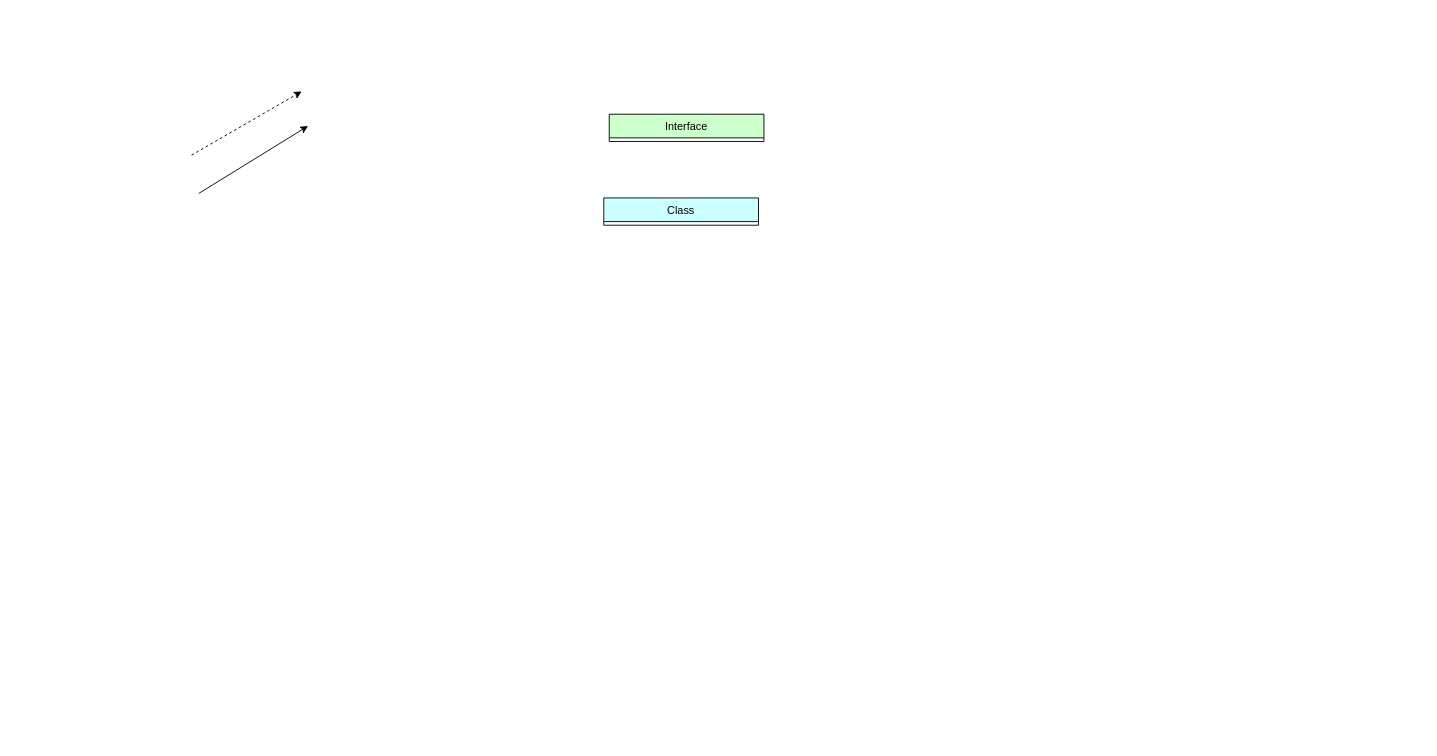
Earlier version of the draw.io diagram ence/spring-cloud.drawio (MuggleStar/draw_io). Source tidied: cells renumbered, new cells numbered last; positions are measured from the earlier drawing's top-left corner, leaving out a move shared by most shapes. Both pictures are drawn from the tidied source at 91%, with x=0, y=0 at pixel (191, 91).
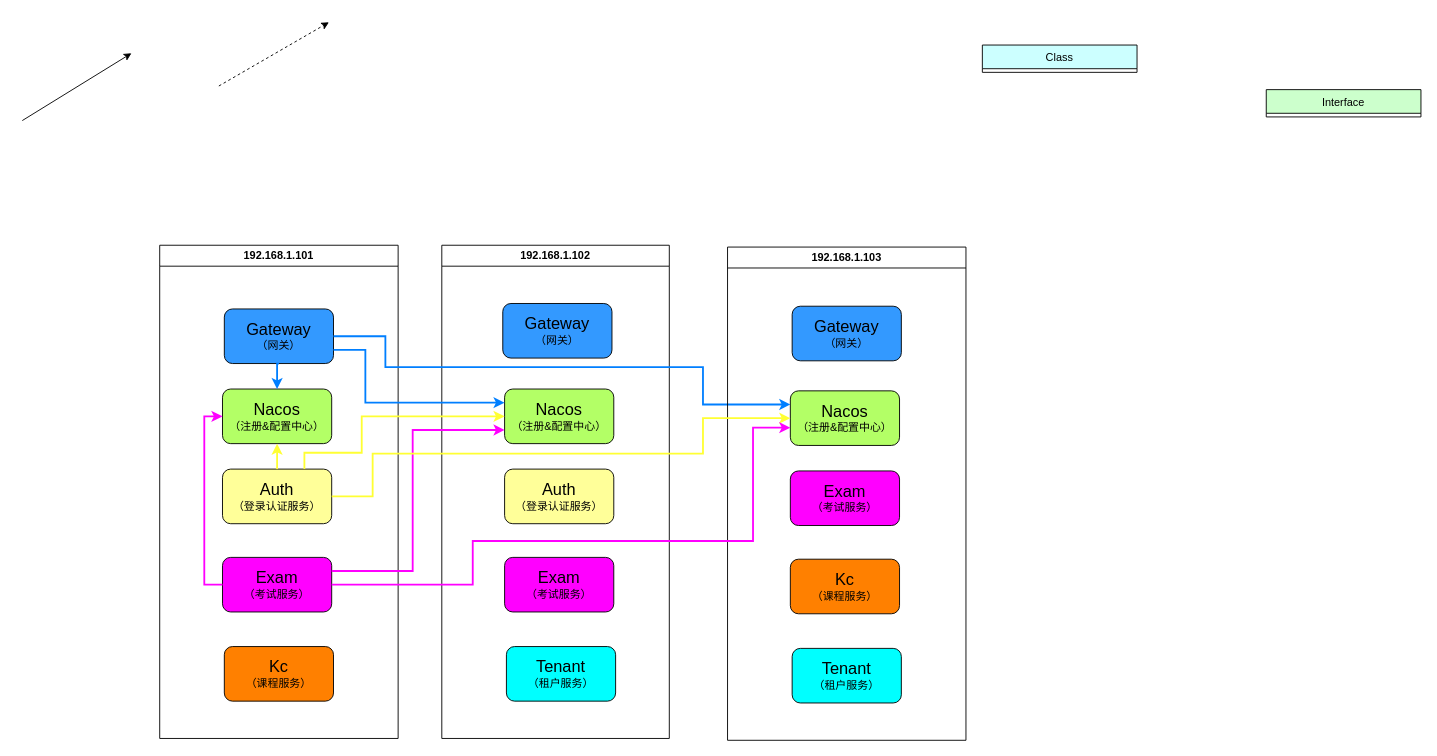
The same diagram, later.

Diff of the diagram source:
```diff
@@
     <mxCell id="2" value="Class" style="swimlane;fontStyle=0;horizontal=1;startSize=26;fillColor=#CCFFFF;direction=east;strokeColor=default;swimlaneLine=1;glass=0;rounded=0;shadow=0;" parent="1" vertex="1" collapsed="1">
-      <mxGeometry x="453" y="117" width="170" height="30" as="geometry" />
+      <mxGeometry x="869" y="-51" width="170" height="30" as="geometry" />
     </mxCell>
     <mxCell id="3" style="endArrow=classic;html=1;rounded=0;dashed=1;" parent="1" edge="1">
       <mxGeometry relative="1" as="geometry">
-        <mxPoint y="70" as="sourcePoint" />
-        <mxPoint x="121" as="targetPoint" />
+        <mxPoint x="30" y="-6" as="sourcePoint" />
+        <mxPoint x="151" y="-76" as="targetPoint" />
       </mxGeometry>
     </mxCell>
     <mxCell id="4" style="endArrow=classic;html=1;rounded=0;" parent="1" edge="1">
       <mxGeometry relative="1" as="geometry">
-        <mxPoint x="8" y="112" as="sourcePoint" />
-        <mxPoint x="128" y="38" as="targetPoint" />
+        <mxPoint x="-186" y="32" as="sourcePoint" />
+        <mxPoint x="-66" y="-42" as="targetPoint" />
       </mxGeometry>
     </mxCell>
     <mxCell id="5" value="Interface" style="swimlane;fontStyle=0;horizontal=1;startSize=26;fillColor=#CCFFCC;direction=east;strokeColor=default;swimlaneLine=1;glass=0;rounded=0;shadow=0;" parent="1" vertex="1" collapsed="1">
-      <mxGeometry x="459" y="25" width="170" height="30" as="geometry" />
+      <mxGeometry x="1181" y="-2" width="170" height="30" as="geometry" />
     </mxCell>
+    <mxCell id="6" value="192.168.1.101" style="swimlane;whiteSpace=wrap;html=1;" parent="1" vertex="1">
+      <mxGeometry x="-35" y="169" width="262" height="542" as="geometry" />
+    </mxCell>
+    <mxCell id="7" value="&lt;font style=&quot;font-size: 18px;&quot;&gt;Auth&lt;/font&gt;&lt;br&gt;（登录认证服务）" style="rounded=1;whiteSpace=wrap;html=1;fillColor=#FFFF99;" parent="6" vertex="1">
+      <mxGeometry x="69" y="246" width="120" height="60" as="geometry" />
+    </mxCell>
+    <mxCell id="8" value="&lt;span style=&quot;font-size: 18px;&quot;&gt;Exam&lt;/span&gt;&lt;br&gt;（考试服务）" style="rounded=1;whiteSpace=wrap;html=1;fillColor=#FF00FF;" parent="6" vertex="1">
+      <mxGeometry x="69" y="343" width="120" height="60" as="geometry" />
+    </mxCell>
+    <mxCell id="9" value="&lt;span style=&quot;font-size: 18px;&quot;&gt;Kc&lt;/span&gt;&lt;br&gt;（课程服务）" style="rounded=1;whiteSpace=wrap;html=1;fillColor=#FF8000;" parent="6" vertex="1">
+      <mxGeometry x="71" y="441" width="120" height="60" as="geometry" />
+    </mxCell>
+    <mxCell id="10" value="192.168.1.102" style="swimlane;whiteSpace=wrap;html=1;" parent="1" vertex="1">
+      <mxGeometry x="275" y="169" width="250" height="542" as="geometry" />
+    </mxCell>
+    <mxCell id="11" value="&lt;font style=&quot;font-size: 18px;&quot;&gt;Auth&lt;/font&gt;&lt;br&gt;（登录认证服务）" style="rounded=1;whiteSpace=wrap;html=1;fillColor=#FFFF99;" parent="10" vertex="1">
+      <mxGeometry x="69" y="246" width="120" height="60" as="geometry" />
+    </mxCell>
+    <mxCell id="12" value="&lt;span style=&quot;font-size: 18px;&quot;&gt;Exam&lt;/span&gt;&lt;br&gt;（考试服务）" style="rounded=1;whiteSpace=wrap;html=1;fillColor=#FF00FF;" parent="10" vertex="1">
+      <mxGeometry x="69" y="343" width="120" height="60" as="geometry" />
+    </mxCell>
+    <mxCell id="13" value="&lt;span style=&quot;font-size: 18px;&quot;&gt;Tenant&lt;/span&gt;&lt;br&gt;（租户服务）" style="rounded=1;whiteSpace=wrap;html=1;fillColor=#00FFFF;" parent="10" vertex="1">
+      <mxGeometry x="71" y="441" width="120" height="60" as="geometry" />
+    </mxCell>
+    <mxCell id="14" value="&lt;font style=&quot;font-size: 18px;&quot;&gt;Gateway&lt;/font&gt;&lt;br&gt;（网关）" style="rounded=1;whiteSpace=wrap;html=1;fillColor=#3399FF;" parent="10" vertex="1">
+      <mxGeometry x="67" y="64" width="120" height="60" as="geometry" />
+    </mxCell>
+    <mxCell id="15" value="&lt;font style=&quot;font-size: 18px;&quot;&gt;Gateway&lt;/font&gt;&lt;br&gt;（网关）" style="rounded=1;whiteSpace=wrap;html=1;fillColor=#3399FF;" parent="10" vertex="1">
+      <mxGeometry x="-239" y="70" width="120" height="60" as="geometry" />
+    </mxCell>
+    <mxCell id="16" value="&lt;font style=&quot;font-size: 18px;&quot;&gt;Nacos&lt;/font&gt;&lt;br&gt;（注册&amp;amp;配置中心）" style="rounded=1;whiteSpace=wrap;html=1;fillColor=#B3FF66;" parent="10" vertex="1">
+      <mxGeometry x="-241" y="158" width="120" height="60" as="geometry" />
+    </mxCell>
+    <mxCell id="17" style="edgeStyle=orthogonalEdgeStyle;rounded=0;jettySize=auto;html=1;exitX=0.5;exitY=1;exitDx=0;exitDy=0;entryX=0.5;entryY=0;entryDx=0;entryDy=0;strokeColor=#007FFF;strokeWidth=2;" parent="10" edge="1" source="15" target="16">
+      <mxGeometry relative="1" as="geometry" />
+    </mxCell>
+    <mxCell id="18" value="&lt;font style=&quot;font-size: 18px;&quot;&gt;Nacos&lt;/font&gt;&lt;br&gt;（注册&amp;amp;配置中心）" style="rounded=1;whiteSpace=wrap;html=1;fillColor=#B3FF66;" parent="10" vertex="1">
+      <mxGeometry x="69" y="158" width="120" height="60" as="geometry" />
+    </mxCell>
+    <mxCell id="19" style="edgeStyle=orthogonalEdgeStyle;rounded=0;jettySize=auto;html=1;exitX=1;exitY=0.75;exitDx=0;exitDy=0;entryX=0;entryY=0.25;entryDx=0;entryDy=0;strokeColor=#007FFF;strokeWidth=2;" parent="10" edge="1" source="15" target="18">
+      <mxGeometry relative="1" as="geometry">
+        <Array as="points">
+          <mxPoint x="-84" y="115" />
+          <mxPoint x="-84" y="173" />
+        </Array>
+      </mxGeometry>
+    </mxCell>
+    <mxCell id="20" value="&lt;font style=&quot;font-size: 18px;&quot;&gt;Nacos&lt;/font&gt;&lt;br&gt;（注册&amp;amp;配置中心）" style="rounded=1;whiteSpace=wrap;html=1;fillColor=#B3FF66;" parent="10" vertex="1">
+      <mxGeometry x="383" y="160" width="120" height="60" as="geometry" />
+    </mxCell>
+    <mxCell id="21" style="edgeStyle=orthogonalEdgeStyle;rounded=0;jettySize=auto;html=1;exitX=1;exitY=0.5;exitDx=0;exitDy=0;entryX=0;entryY=0.25;entryDx=0;entryDy=0;strokeColor=#007FFF;strokeWidth=2;" parent="10" edge="1" source="15" target="20">
+      <mxGeometry relative="1" as="geometry">
+        <Array as="points">
+          <mxPoint x="-62" y="100" />
+          <mxPoint x="-62" y="134" />
+          <mxPoint x="287" y="134" />
+          <mxPoint x="287" y="175" />
+        </Array>
+      </mxGeometry>
+    </mxCell>
+    <mxCell id="22" value="192.168.1.103" style="swimlane;whiteSpace=wrap;html=1;" parent="1" vertex="1">
+      <mxGeometry x="589" y="171" width="262" height="542" as="geometry" />
+    </mxCell>
+    <mxCell id="23" value="&lt;font style=&quot;font-size: 18px;&quot;&gt;Exam&lt;/font&gt;&lt;br style=&quot;border-color: var(--border-color);&quot;&gt;（考试服务）" style="rounded=1;whiteSpace=wrap;html=1;fillColor=#FF00FF;" parent="22" vertex="1">
+      <mxGeometry x="69" y="246" width="120" height="60" as="geometry" />
+    </mxCell>
+    <mxCell id="24" value="&lt;span style=&quot;font-size: 18px;&quot;&gt;Kc&lt;/span&gt;&lt;br&gt;（课程服务）" style="rounded=1;whiteSpace=wrap;html=1;fillColor=#FF8000;" parent="22" vertex="1">
+      <mxGeometry x="69" y="343" width="120" height="60" as="geometry" />
+    </mxCell>
+    <mxCell id="25" value="&lt;font style=&quot;font-size: 18px;&quot;&gt;Tenant&lt;/font&gt;&lt;br style=&quot;border-color: var(--border-color);&quot;&gt;（租户服务）" style="rounded=1;whiteSpace=wrap;html=1;fillColor=#00FFFF;" parent="22" vertex="1">
+      <mxGeometry x="71" y="441" width="120" height="60" as="geometry" />
+    </mxCell>
+    <mxCell id="26" value="&lt;font style=&quot;font-size: 18px;&quot;&gt;Gateway&lt;/font&gt;&lt;br&gt;（网关）" style="rounded=1;whiteSpace=wrap;html=1;fillColor=#3399FF;" parent="22" vertex="1">
+      <mxGeometry x="71" y="65" width="120" height="60" as="geometry" />
+    </mxCell>
+    <mxCell id="27" style="edgeStyle=orthogonalEdgeStyle;rounded=0;jettySize=auto;html=1;exitX=0.75;exitY=0;exitDx=0;exitDy=0;entryX=0;entryY=0.5;entryDx=0;entryDy=0;strokeColor=#FFFF33;strokeWidth=2;" parent="1" edge="1" source="7" target="18">
+      <mxGeometry relative="1" as="geometry">
+        <Array as="points">
+          <mxPoint x="124" y="397" />
+          <mxPoint x="187" y="397" />
+          <mxPoint x="187" y="357" />
+        </Array>
+      </mxGeometry>
+    </mxCell>
+    <mxCell id="28" style="edgeStyle=orthogonalEdgeStyle;rounded=0;jettySize=auto;html=1;exitX=1;exitY=0.25;exitDx=0;exitDy=0;entryX=0;entryY=0.75;entryDx=0;entryDy=0;strokeWidth=2;strokeColor=#FF00FF;" parent="1" edge="1" source="8" target="18">
+      <mxGeometry relative="1" as="geometry">
+        <Array as="points">
+          <mxPoint x="243" y="527" />
+          <mxPoint x="243" y="372" />
+        </Array>
+      </mxGeometry>
+    </mxCell>
+    <mxCell id="29" style="edgeStyle=orthogonalEdgeStyle;rounded=0;jettySize=auto;html=1;exitX=0;exitY=0.5;exitDx=0;exitDy=0;entryX=0;entryY=0.5;entryDx=0;entryDy=0;strokeWidth=2;strokeColor=#FF00FF;" parent="1" edge="1" source="8" target="16">
+      <mxGeometry relative="1" as="geometry" />
+    </mxCell>
+    <mxCell id="30" style="edgeStyle=orthogonalEdgeStyle;rounded=0;jettySize=auto;html=1;exitX=1;exitY=0.5;exitDx=0;exitDy=0;entryX=0;entryY=0.5;entryDx=0;entryDy=0;strokeColor=#FFFF33;strokeWidth=2;" parent="1" edge="1" source="7" target="20">
+      <mxGeometry relative="1" as="geometry">
+        <Array as="points">
+          <mxPoint x="199" y="445" />
+          <mxPoint x="199" y="398" />
+          <mxPoint x="562" y="398" />
+          <mxPoint x="562" y="359" />
+        </Array>
+      </mxGeometry>
+    </mxCell>
+    <mxCell id="31" style="edgeStyle=orthogonalEdgeStyle;rounded=0;jettySize=auto;html=1;exitX=0.5;exitY=0;exitDx=0;exitDy=0;entryX=0.5;entryY=1;entryDx=0;entryDy=0;strokeColor=#FFFF33;strokeWidth=2;" parent="1" edge="1" source="7" target="16">
+      <mxGeometry relative="1" as="geometry" />
+    </mxCell>
+    <mxCell id="32" style="edgeStyle=orthogonalEdgeStyle;rounded=0;jettySize=auto;html=1;exitX=1;exitY=0.5;exitDx=0;exitDy=0;entryX=0;entryY=0.674;entryDx=0;entryDy=0;entryPerimeter=0;strokeWidth=2;strokeColor=#FF00FF;" parent="1" edge="1" source="8" target="20">
+      <mxGeometry relative="1" as="geometry">
+        <Array as="points">
+          <mxPoint x="309" y="542" />
+          <mxPoint x="309" y="494" />
+          <mxPoint x="617" y="494" />
+          <mxPoint x="617" y="369" />
+        </Array>
+      </mxGeometry>
+    </mxCell>
```
